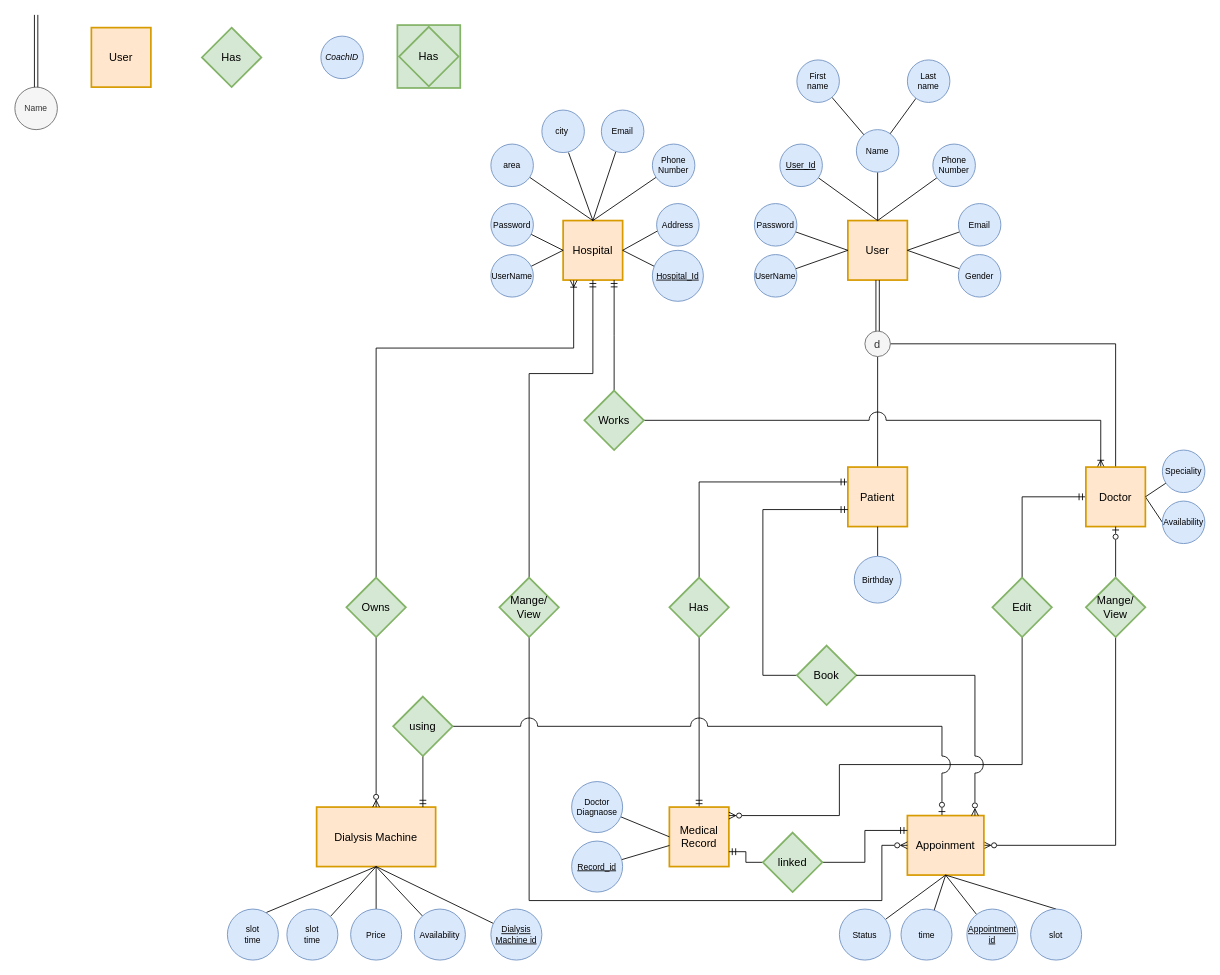
The draw.io diagram SQL/Yusuf's_erd.drawio in DoniaMetwalli/Hospital-System, before the edit. Source tidied: cells renumbered, new cells numbered last; positions are measured from the earlier drawing's top-left corner, leaving out a move shared by most shapes. Both pictures are drawn from the tidied source at 85%, with x=0, y=0 at pixel (14, 14).
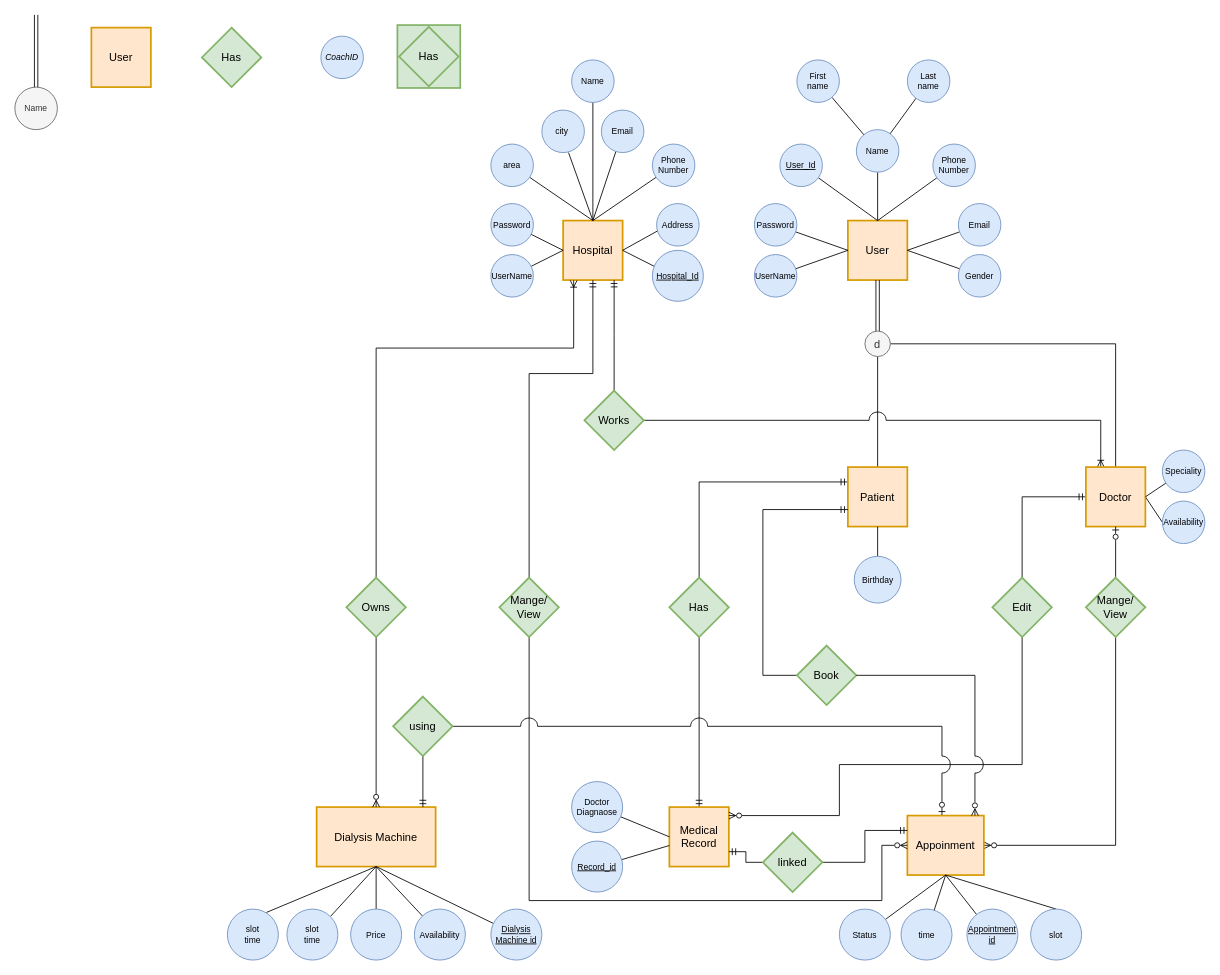
Above is the later version.

Commit message (it also covers changes not shown here):
Presentation init

The change refers to these unchanged cells:
```xml
<mxCell id="27" value="Hospital" style="strokeWidth=2;whiteSpace=wrap;html=1;align=center;fontSize=13;fontFamily=Helvetica;fontColor=#000000;strokeColor=#d79b00;fillColor=#ffe6cc;" parent="1" vertex="1">
  <mxGeometry x="645" y="242" width="70" height="70" as="geometry" />
</mxCell>
<mxCell id="91" value="&lt;span&gt;area&lt;/span&gt;" style="ellipse;whiteSpace=wrap;html=1;fontSize=10;fillColor=#dae8fc;strokeColor=#6c8ebf;fontStyle=0;" parent="1" vertex="1">
  <mxGeometry x="560" y="152" width="50" height="50" as="geometry" />
</mxCell>
```

The edit, as a diff of the source:
```diff
@@
+    <mxCell id="110" style="edgeStyle=orthogonalEdgeStyle;rounded=0;jettySize=auto;html=1;entryX=0.5;entryY=1;entryDx=0;entryDy=0;endArrow=none;endFill=0;" parent="1" edge="1" source="27" target="111">
+      <mxGeometry relative="1" as="geometry" />
+    </mxCell>
@@
-    <mxCell id="90" style="rounded=0;jettySize=auto;html=1;entryX=0.5;entryY=0;entryDx=0;entryDy=0;endArrow=none;endFill=0;" parent="1" edge="1" source="91" target="27">
-      <mxGeometry relative="1" as="geometry" />
+    <mxCell id="90" style="rounded=0;jettySize=auto;html=1;endArrow=none;endFill=0;" parent="1" edge="1" source="91">
+      <mxGeometry relative="1" as="geometry">
+        <mxPoint x="680" y="242" as="targetPoint" />
+      </mxGeometry>
     </mxCell>
@@
+    <mxCell id="111" value="Name" style="ellipse;whiteSpace=wrap;html=1;fontSize=10;fillColor=#dae8fc;strokeColor=#6c8ebf;" parent="1" vertex="1">
+      <mxGeometry x="655" y="53" width="50" height="50" as="geometry" />
+    </mxCell>
```
